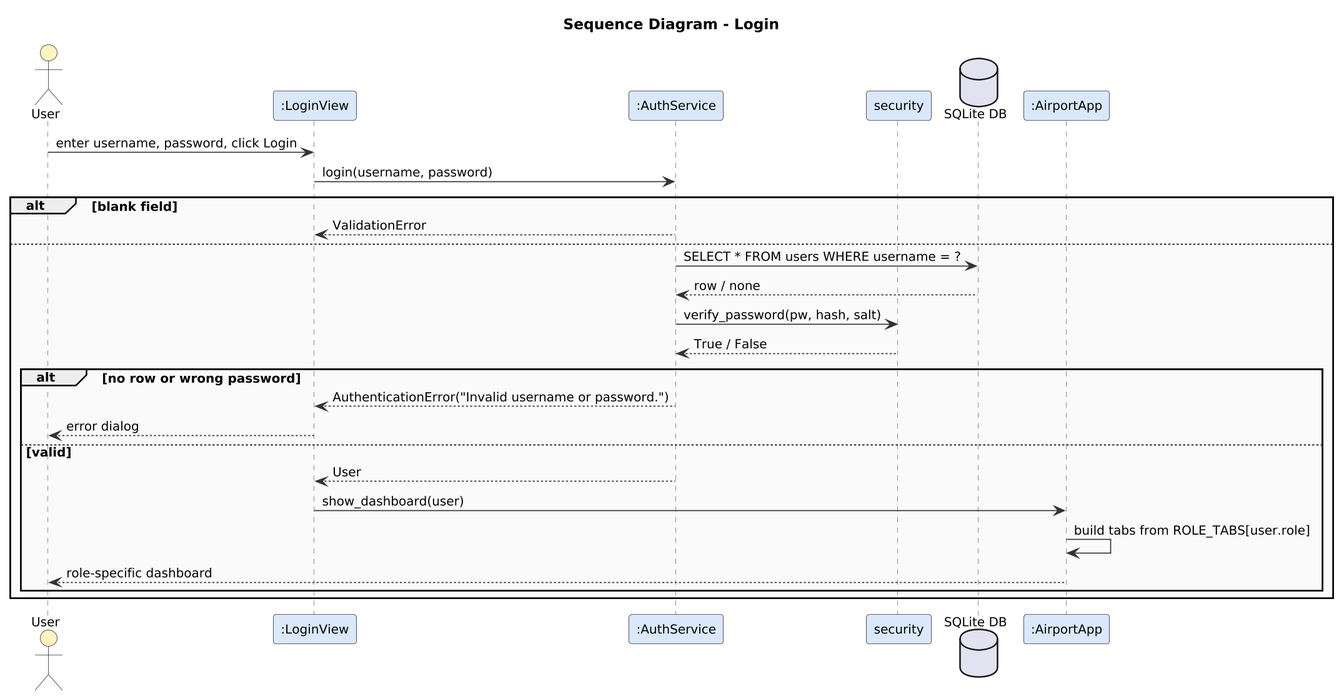
Above: docs/uml/sequence_login.png in praksingh-2702/AirportMS (PlantUML), before the change.
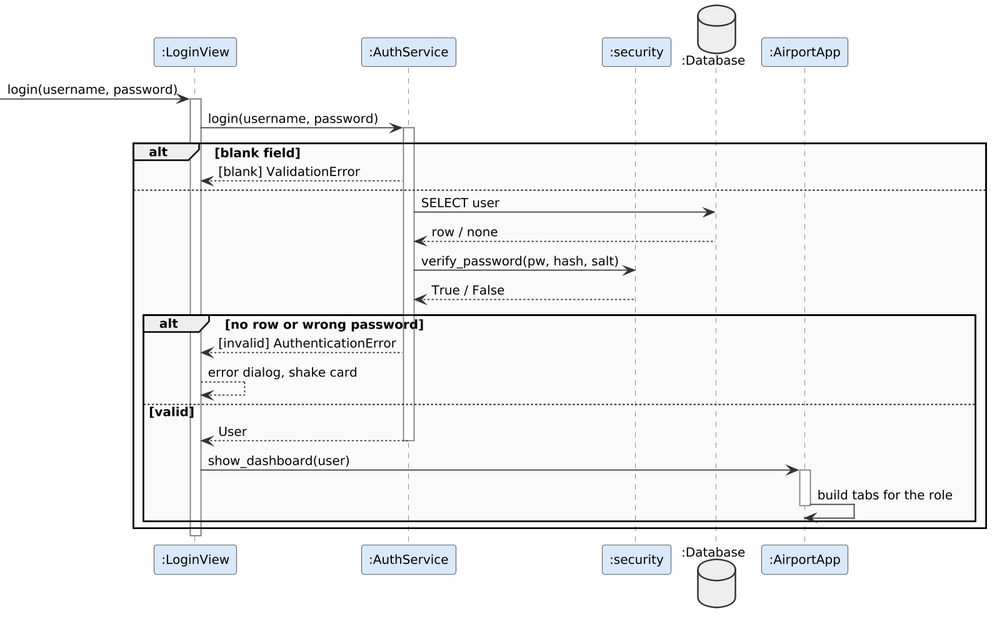
After the commit.

What changed in the source:
```diff
@@ -1,29 +1,32 @@
 @startuml
 !include _style.iuml
-title Sequence Diagram - Login
-actor User
 participant ":LoginView" as LV
 participant ":AuthService" as AS
-participant "security" as SEC
-database "SQLite DB" as DB
+participant ":security" as SEC
+database ":Database" as DB
 participant ":AirportApp" as APP
-User -> LV : enter username, password, click Login
+[-> LV : login(username, password)
+activate LV
 LV -> AS : login(username, password)
+activate AS
 alt blank field
-  AS --> LV : ValidationError
+  AS --> LV : [blank] ValidationError
 else
-  AS -> DB : SELECT * FROM users WHERE username = ?
+  AS -> DB : SELECT user
   DB --> AS : row / none
   AS -> SEC : verify_password(pw, hash, salt)
   SEC --> AS : True / False
   alt no row or wrong password
-    AS --> LV : AuthenticationError("Invalid username or password.")
-    LV --> User : error dialog
+    AS --> LV : [invalid] AuthenticationError
+    LV --> LV : error dialog, shake card
   else valid
     AS --> LV : User
+    deactivate AS
     LV -> APP : show_dashboard(user)
-    APP -> APP : build tabs from ROLE_TABS[user.role]
-    APP --> User : role-specific dashboard
+    activate APP
+    APP -> APP : build tabs for the role
+    deactivate APP
   end
 end
+deactivate LV
 @enduml
```
